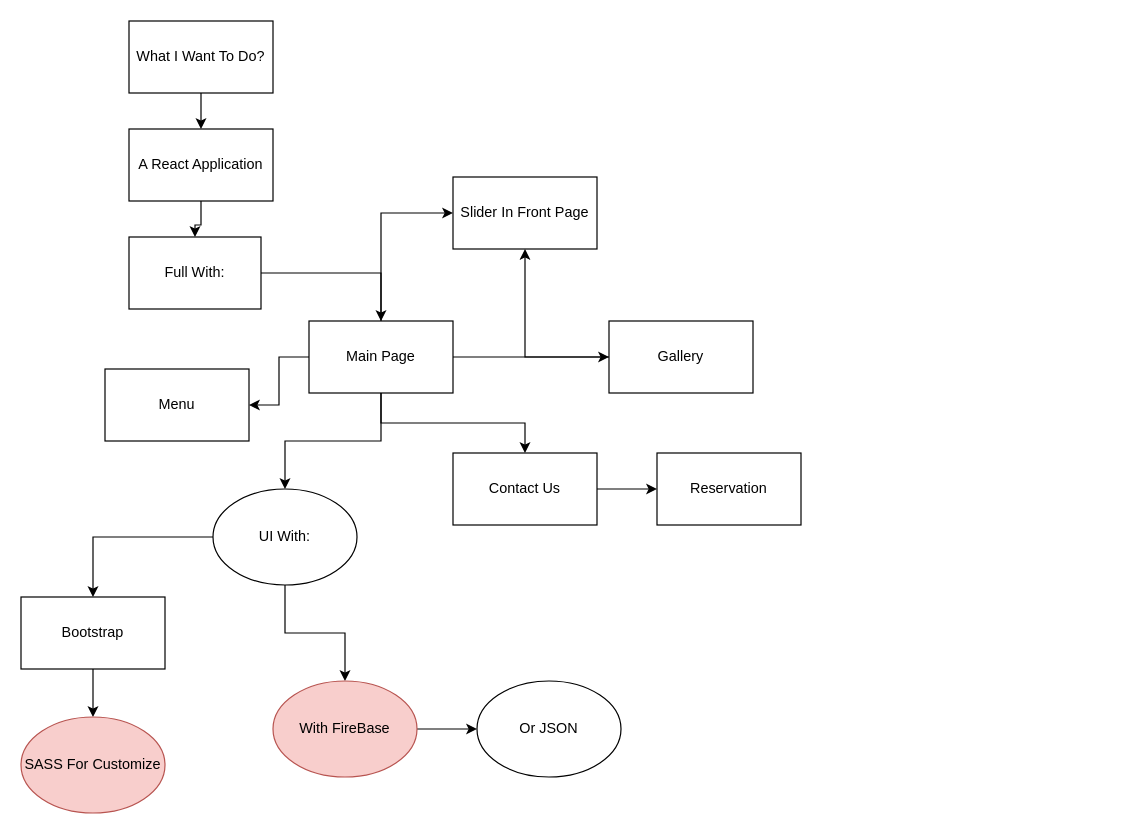
This is Menu.drawio from monfaredpersonal/Development, a draw.io file, before an edit. Source tidied: cells renumbered, new cells numbered last; positions are measured from the earlier drawing's top-left corner, leaving out a move shared by most shapes. Both pictures are drawn from the tidied source at 120%, with x=0, y=0 at pixel (20, 20).
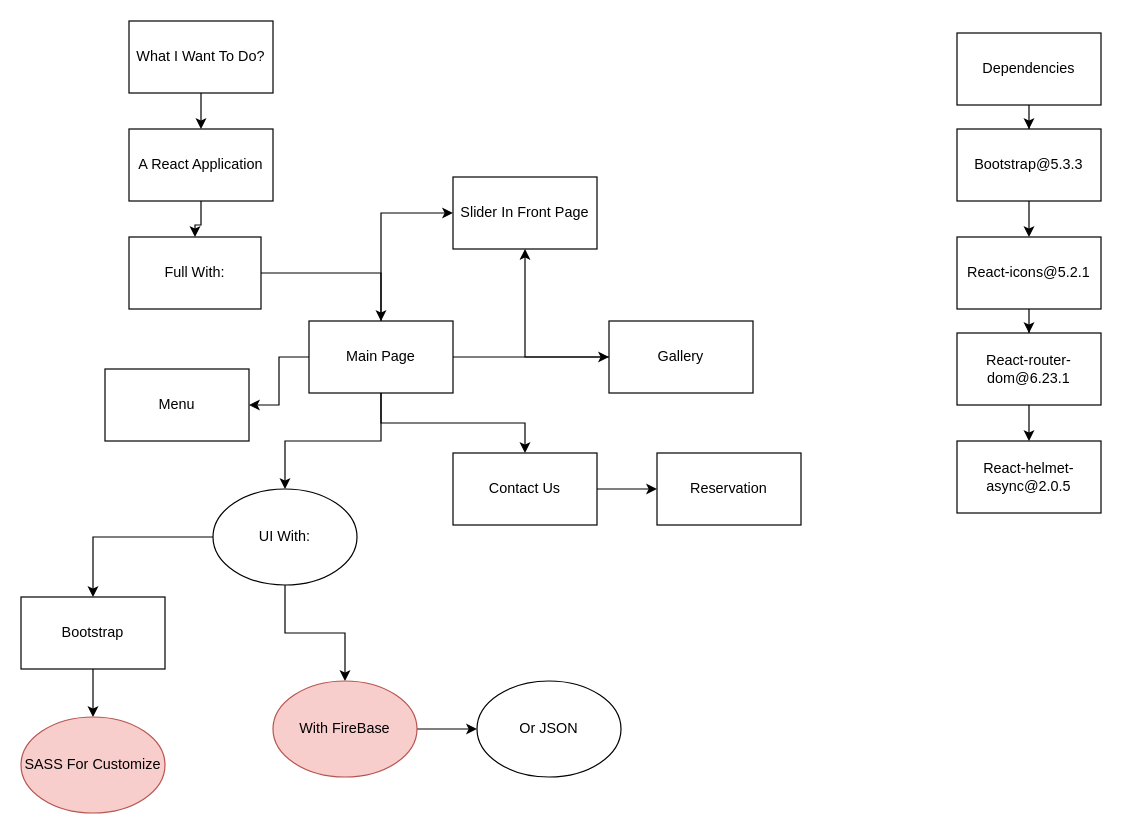
Above is the later version.

The edit, as a diff of the source:
```diff
@@
+    <mxCell id="30" style="edgeStyle=orthogonalEdgeStyle;rounded=0;jettySize=auto;html=1;" parent="1" edge="1" source="31" target="33">
+      <mxGeometry relative="1" as="geometry" />
+    </mxCell>
+    <mxCell id="31" value="Dependencies" style="rounded=0;whiteSpace=wrap;html=1;" parent="1" vertex="1">
+      <mxGeometry x="780" y="10" width="120" height="60" as="geometry" />
+    </mxCell>
+    <mxCell id="32" style="edgeStyle=orthogonalEdgeStyle;rounded=0;jettySize=auto;html=1;" parent="1" edge="1" source="33" target="35">
+      <mxGeometry relative="1" as="geometry" />
+    </mxCell>
+    <mxCell id="33" value="Bootstrap@5.3.3" style="rounded=0;whiteSpace=wrap;html=1;" parent="1" vertex="1">
+      <mxGeometry x="780" y="90" width="120" height="60" as="geometry" />
+    </mxCell>
+    <mxCell id="34" style="edgeStyle=orthogonalEdgeStyle;rounded=0;jettySize=auto;html=1;" parent="1" edge="1" source="35" target="37">
+      <mxGeometry relative="1" as="geometry" />
+    </mxCell>
+    <mxCell id="35" value="React-icons@5.2.1" style="rounded=0;whiteSpace=wrap;html=1;" parent="1" vertex="1">
+      <mxGeometry x="780" y="180" width="120" height="60" as="geometry" />
+    </mxCell>
+    <mxCell id="36" style="edgeStyle=orthogonalEdgeStyle;rounded=0;jettySize=auto;html=1;" parent="1" edge="1" source="37" target="38">
+      <mxGeometry relative="1" as="geometry" />
+    </mxCell>
+    <mxCell id="37" value="React-router-dom@6.23.1" style="rounded=0;whiteSpace=wrap;html=1;" parent="1" vertex="1">
+      <mxGeometry x="780" y="260" width="120" height="60" as="geometry" />
+    </mxCell>
+    <mxCell id="38" value="React-helmet-async@2.0.5" style="rounded=0;whiteSpace=wrap;html=1;" parent="1" vertex="1">
+      <mxGeometry x="780" y="350" width="120" height="60" as="geometry" />
+    </mxCell>
```
